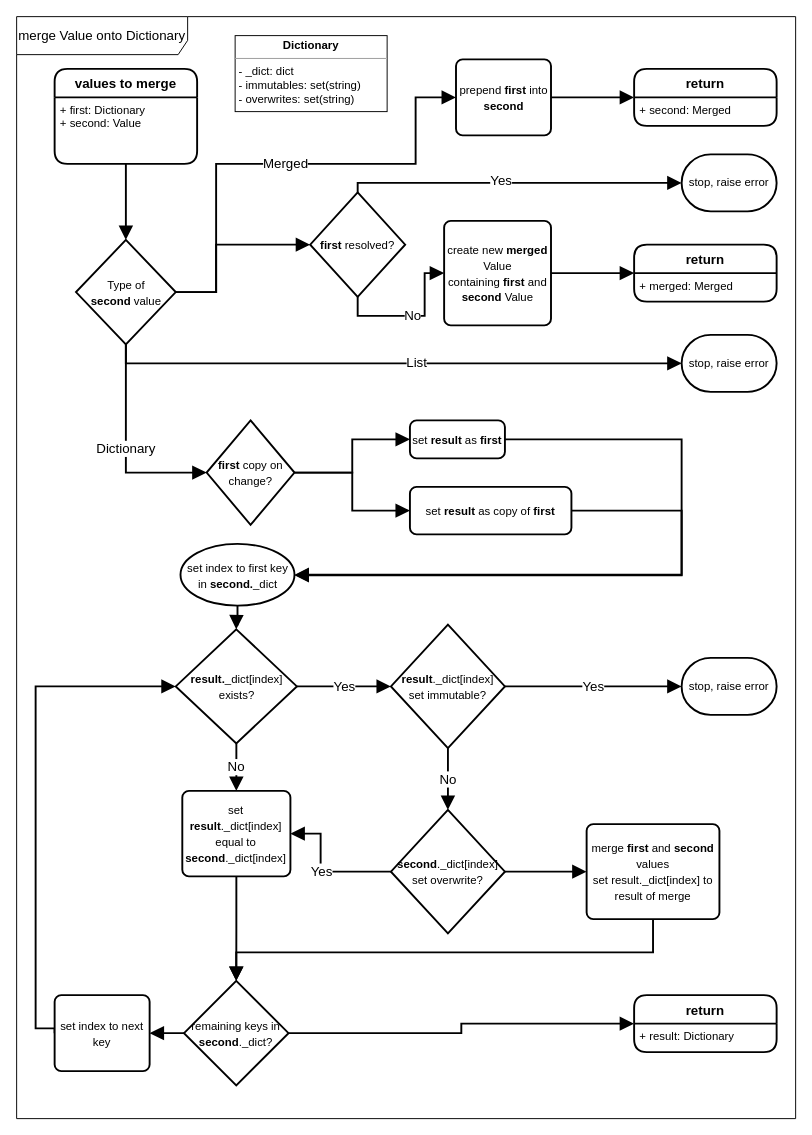
Earlier version of the draw.io diagram page "Page-4" (4 of 5) of docs/diagrams/interpolation.drawio (AndrewPickford/nodeclass). Source tidied: cells renumbered, new cells numbered last; positions are measured from the earlier drawing's top-left corner, leaving out a move shared by most shapes. Both pictures are drawn from the tidied source at 95%, with x=0, y=0 at pixel (16, 16).
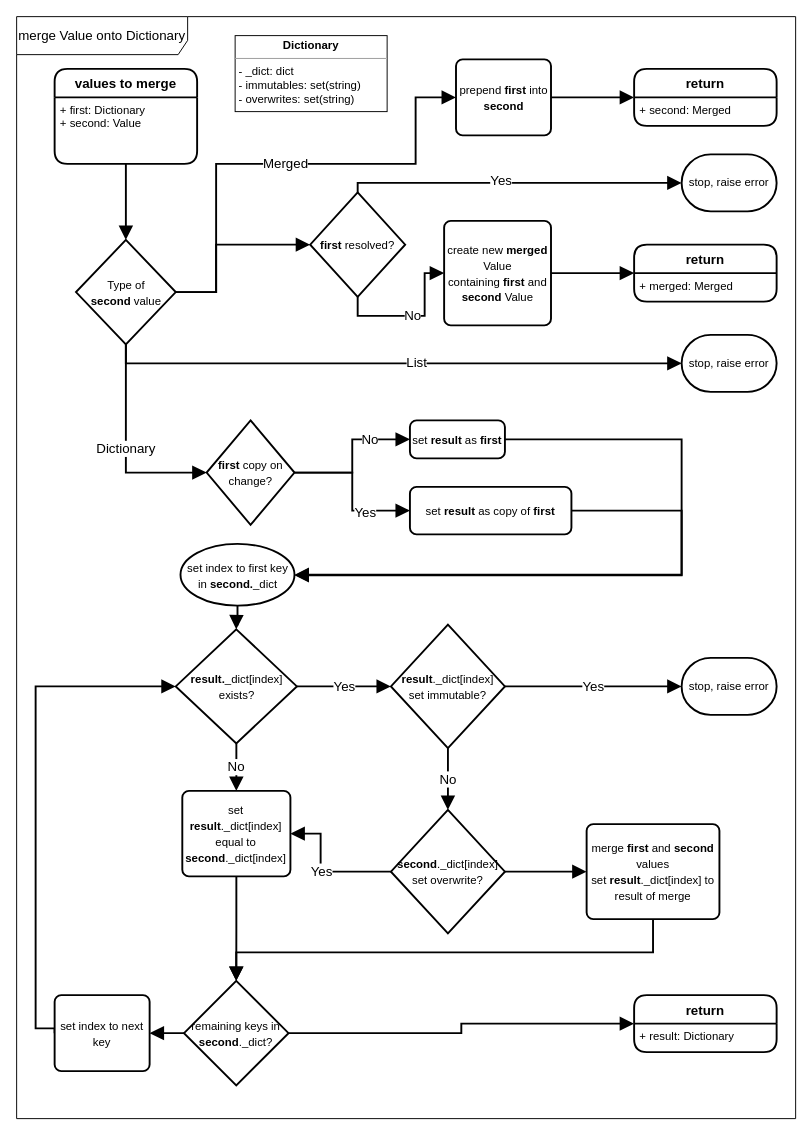
The same page after the edit.

The change refers to these unchanged cells:
```xml
<mxCell id="28" style="edgeStyle=orthogonalEdgeStyle;rounded=0;jettySize=auto;html=1;entryX=0;entryY=0.5;entryDx=0;entryDy=0;fontSize=14;endArrow=block;endFill=1;startSize=10;endSize=10;strokeWidth=2;" parent="1" edge="1" source="30" target="37">
  <mxGeometry relative="1" as="geometry" />
</mxCell>
<mxCell id="29" style="edgeStyle=orthogonalEdgeStyle;rounded=0;jettySize=auto;html=1;entryX=0;entryY=0.5;entryDx=0;entryDy=0;fontSize=14;endArrow=block;endFill=1;startSize=10;endSize=10;strokeWidth=2;" parent="1" edge="1" source="30" target="35">
  <mxGeometry relative="1" as="geometry" />
</mxCell>
```

What changed in the source:
```diff
@@
+    <mxCell id="57" value="No" style="edgeLabel;html=1;align=center;verticalAlign=middle;fontSize=14;" parent="28" vertex="1">
+      <mxGeometry x="0.46" y="1" relative="1" as="geometry" />
+    </mxCell>
@@
+    <mxCell id="58" value="Yes" style="edgeLabel;html=1;align=center;verticalAlign=middle;fontSize=14;" parent="29" vertex="1">
+      <mxGeometry x="0.41" y="-1" relative="1" as="geometry" />
+    </mxCell>
@@
-    <mxCell id="54" value="&lt;font style=&quot;font-size: 12px;&quot;&gt;merge &lt;b&gt;first&lt;/b&gt; and &lt;b&gt;second&lt;/b&gt; values&lt;br&gt;set result._dict[index] to result of merge&lt;br&gt;&lt;/font&gt;" style="rounded=1;whiteSpace=wrap;html=1;absoluteArcSize=1;arcSize=14;strokeWidth=2;shadow=0;fontSize=14;fillColor=#FFFFFF;" parent="1" vertex="1">
+    <mxCell id="54" value="&lt;font style=&quot;font-size: 12px;&quot;&gt;merge &lt;b&gt;first&lt;/b&gt; and &lt;b&gt;second&lt;/b&gt; values&lt;br&gt;set &lt;b&gt;result&lt;/b&gt;._dict[index] to result of merge&lt;br&gt;&lt;/font&gt;" style="rounded=1;whiteSpace=wrap;html=1;absoluteArcSize=1;arcSize=14;strokeWidth=2;shadow=0;fontSize=14;fillColor=#FFFFFF;" parent="1" vertex="1">
       <mxGeometry x="600" y="850" width="139.8" height="100" as="geometry" />
     </mxCell>
```
